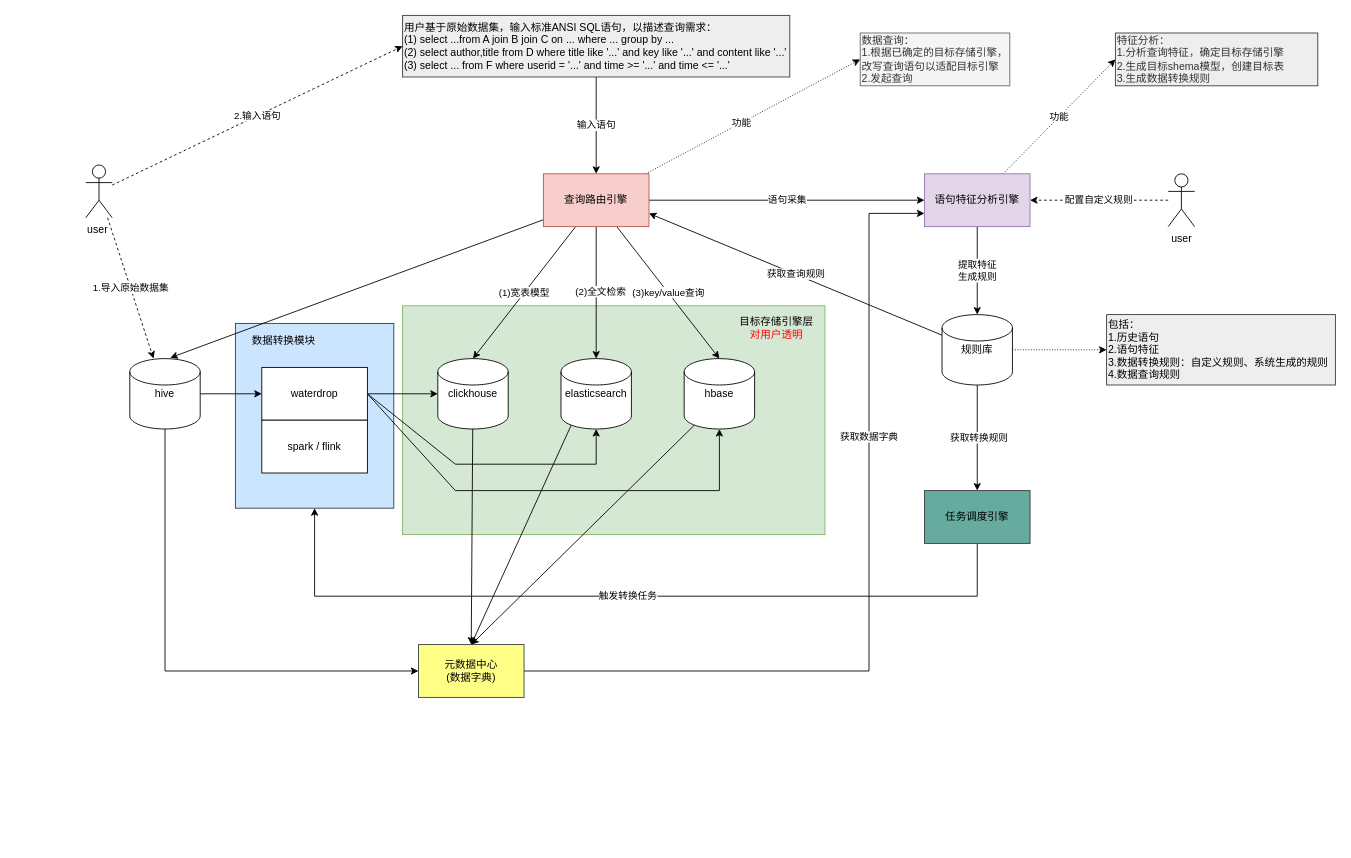
This is page "架构" (2 of 3) of design/cube.drawio from cloudnativecube/octopus, a draw.io file, before an edit. Source tidied: cells renumbered, new cells numbered last; positions are measured from the earlier drawing's top-left corner, leaving out a move shared by most shapes. Both pictures are drawn from the tidied source at 88%, with x=0, y=0 at pixel (85, 15).
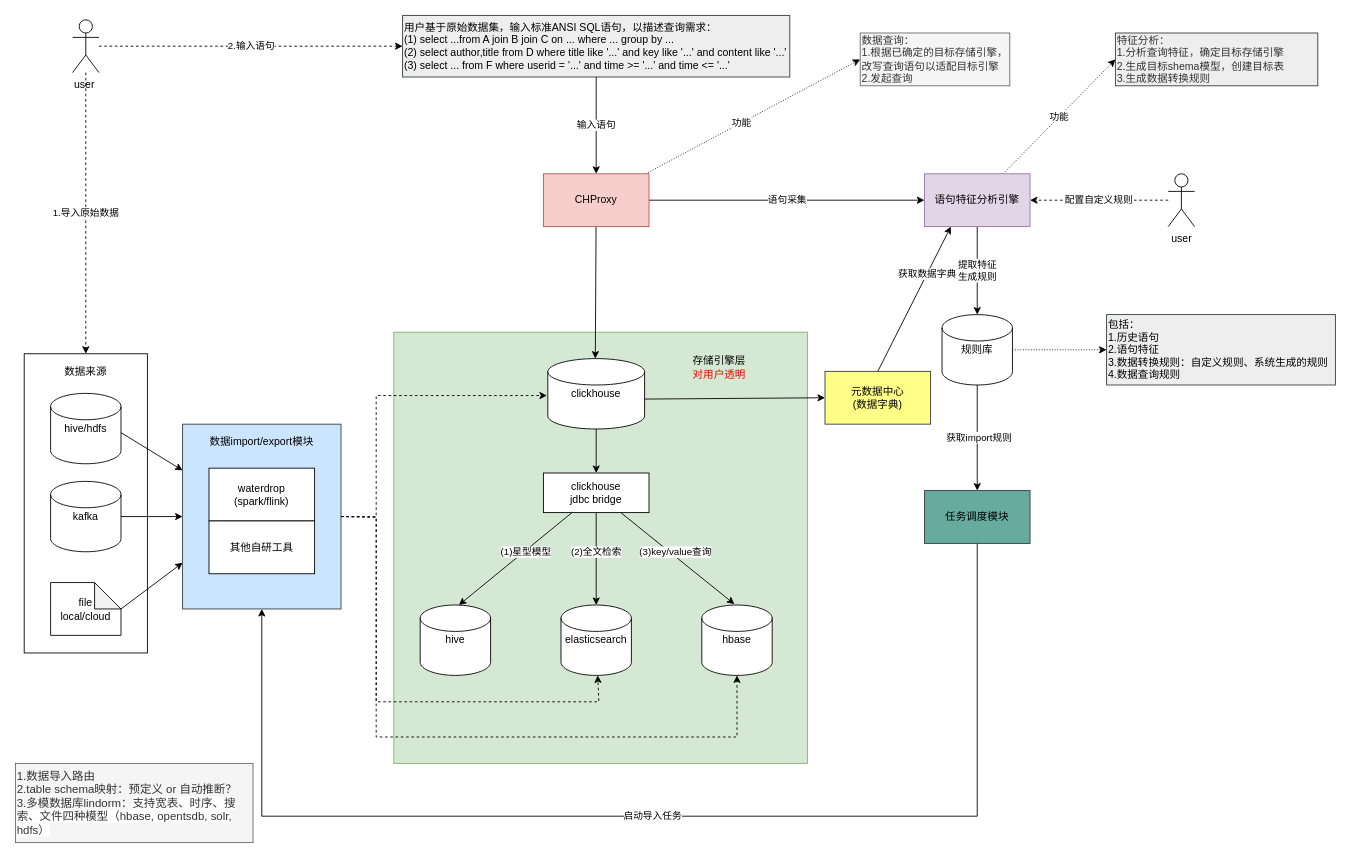
The same page after the edit.

The change refers to these unchanged cells:
```xml
<mxCell id="31" style="edgeStyle=none;rounded=0;jettySize=auto;html=1;" parent="1" edge="1" target="39">
  <mxGeometry relative="1" as="geometry">
    <mxPoint x="1013" y="420" as="sourcePoint" />
  </mxGeometry>
</mxCell>
<mxCell id="37" value="语句特征分析引擎" style="rounded=0;whiteSpace=wrap;html=1;fillColor=#e1d5e7;strokeColor=#9673a6;" parent="1" vertex="1">
  <mxGeometry x="953" y="180" width="120" height="60" as="geometry" />
</mxCell>
```

What changed in the source:
```diff
@@
+    <mxCell id="3" style="rounded=0;whiteSpace=wrap;html=1;align=left;fillColor=#d5e8d4;strokeColor=#82b366;" parent="1" vertex="1">
+      <mxGeometry x="350" y="360" width="470" height="490" as="geometry" />
+    </mxCell>
+    <mxCell id="51" style="edgeStyle=none;rounded=0;jettySize=auto;html=1;dashed=1;exitX=1;exitY=0.5;exitDx=0;exitDy=0;" parent="1" edge="1" source="2" target="49">
+      <mxGeometry relative="1" as="geometry">
+        <Array as="points">
+          <mxPoint x="330" y="570" />
+          <mxPoint x="330" y="820" />
+          <mxPoint x="740" y="820" />
+        </Array>
+      </mxGeometry>
+    </mxCell>
+    <mxCell id="52" style="rounded=0;whiteSpace=wrap;html=1;" parent="1" vertex="1">
+      <mxGeometry x="-70" y="384.5" width="140" height="340" as="geometry" />
+    </mxCell>
     <mxCell id="2" style="rounded=0;whiteSpace=wrap;html=1;fillColor=#cce5ff;strokeColor=#36393d;" parent="1" vertex="1">
-      <mxGeometry x="170" y="350" width="180" height="210" as="geometry" />
+      <mxGeometry x="110" y="464.5" width="180" height="210" as="geometry" />
     </mxCell>
-    <mxCell id="3" style="rounded=0;whiteSpace=wrap;html=1;align=left;fillColor=#d5e8d4;strokeColor=#82b366;" parent="1" vertex="1">
-      <mxGeometry x="360" y="330" width="480" height="260" as="geometry" />
-    </mxCell>
-    <mxCell id="4" value="(1)宽表模型" style="edgeStyle=none;rounded=0;jettySize=auto;html=1;entryX=0.5;entryY=0;entryDx=0;entryDy=0;entryPerimeter=0;" parent="1" edge="1" source="13">
-      <mxGeometry relative="1" as="geometry">
-        <mxPoint x="440" y="390" as="targetPoint" />
-      </mxGeometry>
-    </mxCell>
+    <mxCell id="53" style="edgeStyle=none;rounded=0;jettySize=auto;html=1;exitX=1;exitY=0.5;exitDx=0;exitDy=0;dashed=1;" parent="1" edge="1" source="2" target="48">
+      <mxGeometry relative="1" as="geometry">
+        <Array as="points">
+          <mxPoint x="330" y="570" />
+          <mxPoint x="330" y="780" />
+          <mxPoint x="583" y="780" />
+        </Array>
+      </mxGeometry>
+    </mxCell>
-    <mxCell id="5" style="edgeStyle=none;rounded=0;jettySize=auto;html=1;entryX=0.5;entryY=0;entryDx=0;entryDy=0;entryPerimeter=0;" parent="1" edge="1" source="13">
-      <mxGeometry relative="1" as="geometry">
-        <mxPoint x="580" y="390" as="targetPoint" />
-      </mxGeometry>
+    <mxCell id="5" style="edgeStyle=none;rounded=0;jettySize=auto;html=1;entryX=0.491;entryY=0;entryDx=0;entryDy=0;entryPerimeter=0;" parent="1" edge="1" source="13" target="47">
+      <mxGeometry relative="1" as="geometry" />
     </mxCell>
-    <mxCell id="6" value="(2)全文检索" style="edgeLabel;html=1;align=center;verticalAlign=middle;" parent="5" vertex="1">
-      <mxGeometry x="-0.05" y="1" relative="1" as="geometry">
-        <mxPoint x="3" y="2.5" as="offset" />
-      </mxGeometry>
-    </mxCell>
-    <mxCell id="7" value="(3)key/value查询" style="edgeStyle=none;rounded=0;jettySize=auto;html=1;entryX=0.5;entryY=0;entryDx=0;entryDy=0;entryPerimeter=0;" parent="1" edge="1" source="13">
-      <mxGeometry relative="1" as="geometry">
-        <mxPoint x="720" y="390" as="targetPoint" />
-      </mxGeometry>
-    </mxCell>
@@
-    <mxCell id="10" value="获取数据字典" style="edgeStyle=none;rounded=0;jettySize=auto;html=1;entryX=1;entryY=0.5;entryDx=0;entryDy=0;exitX=0;exitY=0.75;exitDx=0;exitDy=0;startArrow=classic;startFill=1;endArrow=none;endFill=0;" parent="1" edge="1" source="37" target="30">
-      <mxGeometry x="-0.35" relative="1" as="geometry">
-        <Array as="points">
-          <mxPoint x="890" y="225" />
-          <mxPoint x="890" y="745" />
-        </Array>
-      </mxGeometry>
+    <mxCell id="10" value="获取数据字典" style="edgeStyle=none;rounded=0;jettySize=auto;html=1;entryX=0.5;entryY=0;entryDx=0;entryDy=0;exitX=0.25;exitY=1;exitDx=0;exitDy=0;startArrow=classic;startFill=1;endArrow=none;endFill=0;" parent="1" edge="1" source="37" target="30">
+      <mxGeometry x="-0.35" relative="1" as="geometry" />
     </mxCell>
@@
-    <mxCell id="12" style="rounded=0;jettySize=auto;html=1;entryX=0.575;entryY=-0.012;entryDx=0;entryDy=0;entryPerimeter=0;" parent="1" edge="1" source="13" target="46">
-      <mxGeometry relative="1" as="geometry" />
-    </mxCell>
-    <mxCell id="13" value="查询路由引擎" style="rounded=0;whiteSpace=wrap;html=1;fillColor=#f8cecc;strokeColor=#b85450;" parent="1" vertex="1">
+    <mxCell id="13" value="CHProxy" style="rounded=0;whiteSpace=wrap;html=1;fillColor=#f8cecc;strokeColor=#b85450;" parent="1" vertex="1">
       <mxGeometry x="520" y="180" width="120" height="60" as="geometry" />
     </mxCell>
@@
-    <mxCell id="16" style="edgeStyle=none;rounded=0;jettySize=auto;html=1;startArrow=none;startFill=0;endArrow=classic;endFill=1;entryX=0.5;entryY=0;entryDx=0;entryDy=0;" parent="1" edge="1" target="30">
-      <mxGeometry relative="1" as="geometry">
-        <mxPoint x="439.7" y="470" as="sourcePoint" />
-      </mxGeometry>
-    </mxCell>
-    <mxCell id="17" style="edgeStyle=none;rounded=0;jettySize=auto;html=1;entryX=0.5;entryY=0;entryDx=0;entryDy=0;startArrow=none;startFill=0;endArrow=classic;endFill=1;exitX=0.145;exitY=1;exitDx=0;exitDy=-4.35;exitPerimeter=0;" parent="1" edge="1" target="30">
-      <mxGeometry relative="1" as="geometry">
-        <mxPoint x="551.6" y="465.6" as="sourcePoint" />
-      </mxGeometry>
+    <mxCell id="17" style="edgeStyle=none;rounded=0;jettySize=auto;html=1;entryX=0;entryY=0.5;entryDx=0;entryDy=0;startArrow=none;startFill=0;endArrow=classic;endFill=1;exitX=0.991;exitY=0.575;exitDx=0;exitDy=0;exitPerimeter=0;" parent="1" edge="1" source="47" target="30">
+      <mxGeometry relative="1" as="geometry" />
     </mxCell>
-    <mxCell id="18" style="edgeStyle=none;rounded=0;jettySize=auto;html=1;startArrow=none;startFill=0;endArrow=classic;endFill=1;entryX=0.5;entryY=0;entryDx=0;entryDy=0;exitX=0.145;exitY=1;exitDx=0;exitDy=-4.35;exitPerimeter=0;" parent="1" edge="1" target="30">
-      <mxGeometry relative="1" as="geometry">
-        <mxPoint x="691.6" y="465.6" as="sourcePoint" />
-      </mxGeometry>
-    </mxCell>
-    <mxCell id="19" style="edgeStyle=none;rounded=0;jettySize=auto;html=1;entryX=0;entryY=0.5;entryDx=0;entryDy=0;" parent="1" edge="1" target="23">
-      <mxGeometry relative="1" as="geometry">
-        <mxPoint x="130" y="430" as="sourcePoint" />
-      </mxGeometry>
+    <mxCell id="19" style="edgeStyle=none;rounded=0;jettySize=auto;html=1;exitX=0.988;exitY=0.55;exitDx=0;exitDy=0;exitPerimeter=0;entryX=0;entryY=0.25;entryDx=0;entryDy=0;" parent="1" edge="1" source="46" target="2">
+      <mxGeometry relative="1" as="geometry" />
     </mxCell>
-    <mxCell id="20" style="edgeStyle=none;rounded=0;jettySize=auto;html=1;entryX=0;entryY=0.5;entryDx=0;entryDy=0;entryPerimeter=0;" parent="1" edge="1" source="23">
-      <mxGeometry relative="1" as="geometry">
-        <mxPoint x="400" y="430" as="targetPoint" />
-      </mxGeometry>
-    </mxCell>
-    <mxCell id="21" style="edgeStyle=none;rounded=0;jettySize=auto;html=1;exitX=1;exitY=0.5;exitDx=0;exitDy=0;" parent="1" edge="1" source="23">
-      <mxGeometry relative="1" as="geometry">
-        <mxPoint x="580" y="470" as="targetPoint" />
-        <Array as="points">
-          <mxPoint x="420" y="510" />
-          <mxPoint x="580" y="510" />
-        </Array>
-      </mxGeometry>
-    </mxCell>
-    <mxCell id="22" style="edgeStyle=none;rounded=0;jettySize=auto;html=1;entryX=0.5;entryY=1;entryDx=0;entryDy=0;entryPerimeter=0;exitX=1;exitY=0.5;exitDx=0;exitDy=0;" parent="1" edge="1" source="23">
-      <mxGeometry relative="1" as="geometry">
-        <mxPoint x="720" y="470" as="targetPoint" />
-        <Array as="points">
-          <mxPoint x="420" y="540" />
-          <mxPoint x="720" y="540" />
-        </Array>
-      </mxGeometry>
-    </mxCell>
-    <mxCell id="23" value="waterdrop" style="rounded=0;whiteSpace=wrap;html=1;align=center;fillColor=#FFFFFF;" parent="1" vertex="1">
-      <mxGeometry x="200" y="400" width="120" height="60" as="geometry" />
+    <mxCell id="23" value="waterdrop&lt;br&gt;(spark/flink)" style="rounded=0;whiteSpace=wrap;html=1;align=center;fillColor=#FFFFFF;" parent="1" vertex="1">
+      <mxGeometry x="140" y="514.5" width="120" height="60" as="geometry" />
     </mxCell>
@@
-    <mxCell id="25" value="目标存储引擎层&lt;br&gt;&lt;font color=&quot;#ff0000&quot;&gt;对用户透明&lt;/font&gt;" style="text;html=1;strokeColor=none;fillColor=none;align=center;verticalAlign=middle;whiteSpace=wrap;rounded=0;" parent="1" vertex="1">
-      <mxGeometry x="730" y="340" width="110" height="30" as="geometry" />
+    <mxCell id="25" value="存储引擎层&lt;br&gt;&lt;font color=&quot;#ff0000&quot;&gt;对用户透明&lt;/font&gt;" style="text;html=1;strokeColor=none;fillColor=none;align=center;verticalAlign=middle;whiteSpace=wrap;rounded=0;" parent="1" vertex="1">
+      <mxGeometry x="680" y="385" width="80" height="30" as="geometry" />
     </mxCell>
-    <mxCell id="26" value="1.导入原始数据集" style="edgeStyle=none;rounded=0;jettySize=auto;html=1;dashed=1;" parent="1" edge="1" source="28">
-      <mxGeometry relative="1" as="geometry">
-        <mxPoint x="77" y="390" as="targetPoint" />
-      </mxGeometry>
+    <mxCell id="26" value="1.导入原始数据" style="edgeStyle=none;rounded=0;jettySize=auto;html=1;dashed=1;entryX=0.5;entryY=0;entryDx=0;entryDy=0;" parent="1" edge="1" source="28" target="52">
+      <mxGeometry relative="1" as="geometry" />
     </mxCell>
@@
     <mxCell id="28" value="user" style="shape=umlActor;verticalLabelPosition=bottom;verticalAlign=top;html=1;outlineConnect=0;align=left;" parent="1" vertex="1">
-      <mxGeometry y="170" width="30" height="60" as="geometry" />
+      <mxGeometry x="-15" y="5" width="30" height="60" as="geometry" />
     </mxCell>
-    <mxCell id="29" style="edgeStyle=none;rounded=0;jettySize=auto;html=1;entryX=0.5;entryY=1;entryDx=0;entryDy=0;entryPerimeter=0;endArrow=none;endFill=0;startArrow=classic;startFill=1;" parent="1" edge="1" source="30">
-      <mxGeometry relative="1" as="geometry">
-        <mxPoint x="90" y="470" as="targetPoint" />
-        <Array as="points">
-          <mxPoint x="90" y="745" />
-        </Array>
-      </mxGeometry>
-    </mxCell>
     <mxCell id="30" value="元数据中心&lt;br&gt;(数据字典)" style="rounded=0;whiteSpace=wrap;html=1;align=center;fillColor=#ffff88;strokeColor=#36393d;" parent="1" vertex="1">
-      <mxGeometry x="378" y="715" width="120" height="60" as="geometry" />
+      <mxGeometry x="840" y="404.5" width="120" height="60" as="geometry" />
     </mxCell>
@@
-    <mxCell id="32" value="获取转换规则" style="edgeLabel;html=1;align=center;verticalAlign=middle;" parent="31" vertex="1">
+    <mxCell id="32" value="获取import规则" style="edgeLabel;html=1;align=center;verticalAlign=middle;" parent="31" vertex="1">
       <mxGeometry x="-0.02" y="1" relative="1" as="geometry" />
     </mxCell>
-    <mxCell id="33" value="获取查询规则" style="edgeStyle=none;rounded=0;jettySize=auto;html=1;entryX=1;entryY=0.75;entryDx=0;entryDy=0;startArrow=none;startFill=0;endArrow=classic;endFill=1;" parent="1" edge="1" target="13">
-      <mxGeometry relative="1" as="geometry">
-        <mxPoint x="973" y="363.4" as="sourcePoint" />
-      </mxGeometry>
-    </mxCell>
@@
-    <mxCell id="38" value="触发转换任务" style="edgeStyle=none;rounded=0;jettySize=auto;html=1;entryX=0.5;entryY=1;entryDx=0;entryDy=0;" parent="1" edge="1" source="39" target="2">
+    <mxCell id="38" value="启动导入任务" style="edgeStyle=none;rounded=0;jettySize=auto;html=1;entryX=0.5;entryY=1;entryDx=0;entryDy=0;" parent="1" edge="1" source="39" target="2">
       <mxGeometry relative="1" as="geometry">
         <Array as="points">
-          <mxPoint x="1013" y="660" />
-          <mxPoint x="260" y="660" />
+          <mxPoint x="1013" y="910" />
+          <mxPoint x="200" y="910" />
         </Array>
       </mxGeometry>
     </mxCell>
-    <mxCell id="39" value="任务调度引擎" style="rounded=0;whiteSpace=wrap;html=1;strokeColor=#36393d;fillColor=#67AB9F;" parent="1" vertex="1">
+    <mxCell id="39" value="任务调度模块" style="rounded=0;whiteSpace=wrap;html=1;strokeColor=#36393d;fillColor=#67AB9F;" parent="1" vertex="1">
       <mxGeometry x="953" y="540" width="120" height="60" as="geometry" />
     </mxCell>
-    <mxCell id="40" value="spark / flink" style="rounded=0;whiteSpace=wrap;html=1;" parent="1" vertex="1">
-      <mxGeometry x="200" y="460" width="120" height="60" as="geometry" />
+    <mxCell id="40" value="其他自研工具" style="rounded=0;whiteSpace=wrap;html=1;" parent="1" vertex="1">
+      <mxGeometry x="140" y="574.5" width="120" height="60" as="geometry" />
     </mxCell>
-    <mxCell id="41" value="&lt;span&gt;数据转换模块&lt;/span&gt;" style="text;html=1;strokeColor=none;fillColor=none;align=center;verticalAlign=middle;whiteSpace=wrap;rounded=0;" parent="1" vertex="1">
-      <mxGeometry x="180" y="360" width="90" height="20" as="geometry" />
+    <mxCell id="41" value="&lt;span&gt;数据import/export模块&lt;/span&gt;" style="text;html=1;strokeColor=none;fillColor=none;align=center;verticalAlign=middle;whiteSpace=wrap;rounded=0;" parent="1" vertex="1">
+      <mxGeometry x="135" y="475" width="130" height="20" as="geometry" />
     </mxCell>
@@
-    <mxCell id="46" value="hive" style="shape=cylinder2;whiteSpace=wrap;html=1;boundedLbl=1;backgroundOutline=1;size=15;" parent="1" vertex="1">
-      <mxGeometry x="50" y="390" width="80" height="80" as="geometry" />
+    <mxCell id="46" value="hive/hdfs" style="shape=cylinder2;whiteSpace=wrap;html=1;boundedLbl=1;backgroundOutline=1;size=15;" parent="1" vertex="1">
+      <mxGeometry x="-40" y="429.5" width="80" height="80" as="geometry" />
     </mxCell>
-    <mxCell id="47" value="clickhouse" style="shape=cylinder2;whiteSpace=wrap;html=1;boundedLbl=1;backgroundOutline=1;size=15;" parent="1" vertex="1">
-      <mxGeometry x="400" y="390" width="80" height="80" as="geometry" />
-    </mxCell>
+    <mxCell id="50" value="规则库" style="shape=cylinder2;whiteSpace=wrap;html=1;boundedLbl=1;backgroundOutline=1;size=15;" parent="1" vertex="1">
+      <mxGeometry x="973" y="340" width="80" height="80" as="geometry" />
+    </mxCell>
+    <mxCell id="6" value="(2)全文检索" style="edgeStyle=none;rounded=0;jettySize=auto;html=1;" parent="1" edge="1" source="55" target="48">
+      <mxGeometry x="-0.14" relative="1" as="geometry" />
+    </mxCell>
+    <mxCell id="7" value="(3)key/value查询" style="edgeStyle=none;rounded=0;jettySize=auto;html=1;entryX=0.463;entryY=-0.012;entryDx=0;entryDy=0;entryPerimeter=0;" parent="1" edge="1" source="55" target="49">
+      <mxGeometry x="-0.08" y="4" relative="1" as="geometry" />
+    </mxCell>
+    <mxCell id="54" value="(1)星型模型" style="edgeStyle=none;rounded=0;jettySize=auto;html=1;entryX=0.55;entryY=0;entryDx=0;entryDy=0;entryPerimeter=0;" parent="1" edge="1" source="55" target="57">
+      <mxGeometry x="-0.17" y="2" relative="1" as="geometry" />
+    </mxCell>
+    <mxCell id="55" value="clickhouse&lt;br&gt;jdbc bridge" style="rounded=0;whiteSpace=wrap;html=1;" parent="1" vertex="1">
+      <mxGeometry x="520" y="520" width="120" height="45" as="geometry" />
+    </mxCell>
     <mxCell id="48" value="elasticsearch" style="shape=cylinder2;whiteSpace=wrap;html=1;boundedLbl=1;backgroundOutline=1;size=15;" parent="1" vertex="1">
-      <mxGeometry x="540" y="390" width="80" height="80" as="geometry" />
+      <mxGeometry x="540" y="670" width="80" height="80" as="geometry" />
     </mxCell>
     <mxCell id="49" value="hbase" style="shape=cylinder2;whiteSpace=wrap;html=1;boundedLbl=1;backgroundOutline=1;size=15;" parent="1" vertex="1">
-      <mxGeometry x="680" y="390" width="80" height="80" as="geometry" />
+      <mxGeometry x="700" y="670" width="80" height="80" as="geometry" />
     </mxCell>
-    <mxCell id="50" value="规则库" style="shape=cylinder2;whiteSpace=wrap;html=1;boundedLbl=1;backgroundOutline=1;size=15;" parent="1" vertex="1">
-      <mxGeometry x="973" y="340" width="80" height="80" as="geometry" />
-    </mxCell>
+    <mxCell id="56" style="rounded=0;jettySize=auto;html=1;" parent="1" edge="1" source="47" target="55">
+      <mxGeometry relative="1" as="geometry" />
+    </mxCell>
+    <mxCell id="47" value="clickhouse" style="shape=cylinder2;whiteSpace=wrap;html=1;boundedLbl=1;backgroundOutline=1;size=15;" parent="1" vertex="1">
+      <mxGeometry x="525" y="390" width="110" height="80" as="geometry" />
+    </mxCell>
+    <mxCell id="57" value="hive" style="shape=cylinder2;whiteSpace=wrap;html=1;boundedLbl=1;backgroundOutline=1;size=15;" parent="1" vertex="1">
+      <mxGeometry x="380" y="670" width="80" height="80" as="geometry" />
+    </mxCell>
+    <mxCell id="58" style="edgeStyle=none;rounded=0;jettySize=auto;html=1;entryX=0;entryY=0.5;entryDx=0;entryDy=0;" parent="1" edge="1" source="59" target="2">
+      <mxGeometry relative="1" as="geometry" />
+    </mxCell>
+    <mxCell id="59" value="kafka" style="shape=cylinder2;whiteSpace=wrap;html=1;boundedLbl=1;backgroundOutline=1;size=15;" parent="1" vertex="1">
+      <mxGeometry x="-40" y="529.5" width="80" height="80" as="geometry" />
+    </mxCell>
+    <mxCell id="60" style="edgeStyle=none;rounded=0;jettySize=auto;html=1;entryX=0;entryY=0.75;entryDx=0;entryDy=0;exitX=0;exitY=0;exitDx=80;exitDy=30;exitPerimeter=0;" parent="1" edge="1" source="61" target="2">
+      <mxGeometry relative="1" as="geometry" />
+    </mxCell>
+    <mxCell id="61" value="&lt;span&gt;file&lt;br&gt;local/cloud&lt;br&gt;&lt;/span&gt;" style="shape=note;whiteSpace=wrap;html=1;backgroundOutline=1;darkOpacity=0.05;" parent="1" vertex="1">
+      <mxGeometry x="-40" y="644.5" width="80" height="60" as="geometry" />
+    </mxCell>
+    <mxCell id="62" value="数据来源" style="text;html=1;strokeColor=none;fillColor=none;align=center;verticalAlign=middle;whiteSpace=wrap;rounded=0;" parent="1" vertex="1">
+      <mxGeometry x="-30" y="394.5" width="60" height="20" as="geometry" />
+    </mxCell>
+    <mxCell id="63" style="edgeStyle=none;rounded=0;jettySize=auto;html=1;entryX=-0.009;entryY=0.525;entryDx=0;entryDy=0;entryPerimeter=0;dashed=1;exitX=1;exitY=0.5;exitDx=0;exitDy=0;" parent="1" edge="1" source="2" target="47">
+      <mxGeometry relative="1" as="geometry">
+        <Array as="points">
+          <mxPoint x="330" y="570" />
+          <mxPoint x="330" y="432" />
+        </Array>
+      </mxGeometry>
+    </mxCell>
+    <mxCell id="64" value="&lt;font style=&quot;font-size: 13px&quot;&gt;1.数据导入路由&lt;br&gt;2.table schema映射：预定义 or 自动推断？&lt;br&gt;3.多模数据库lindorm：&lt;span style=&quot;background-color: rgb(255 , 255 , 255)&quot;&gt;支持宽表、时序、搜索、文件四种模型（hbase, opentsdb, solr, hdfs）&lt;/span&gt;&lt;/font&gt;" style="text;html=1;strokeColor=#666666;fillColor=#f5f5f5;align=left;verticalAlign=middle;whiteSpace=wrap;rounded=0;fontColor=#333333;" parent="1" vertex="1">
+      <mxGeometry x="-80" y="850" width="270" height="90" as="geometry" />
+    </mxCell>
```
